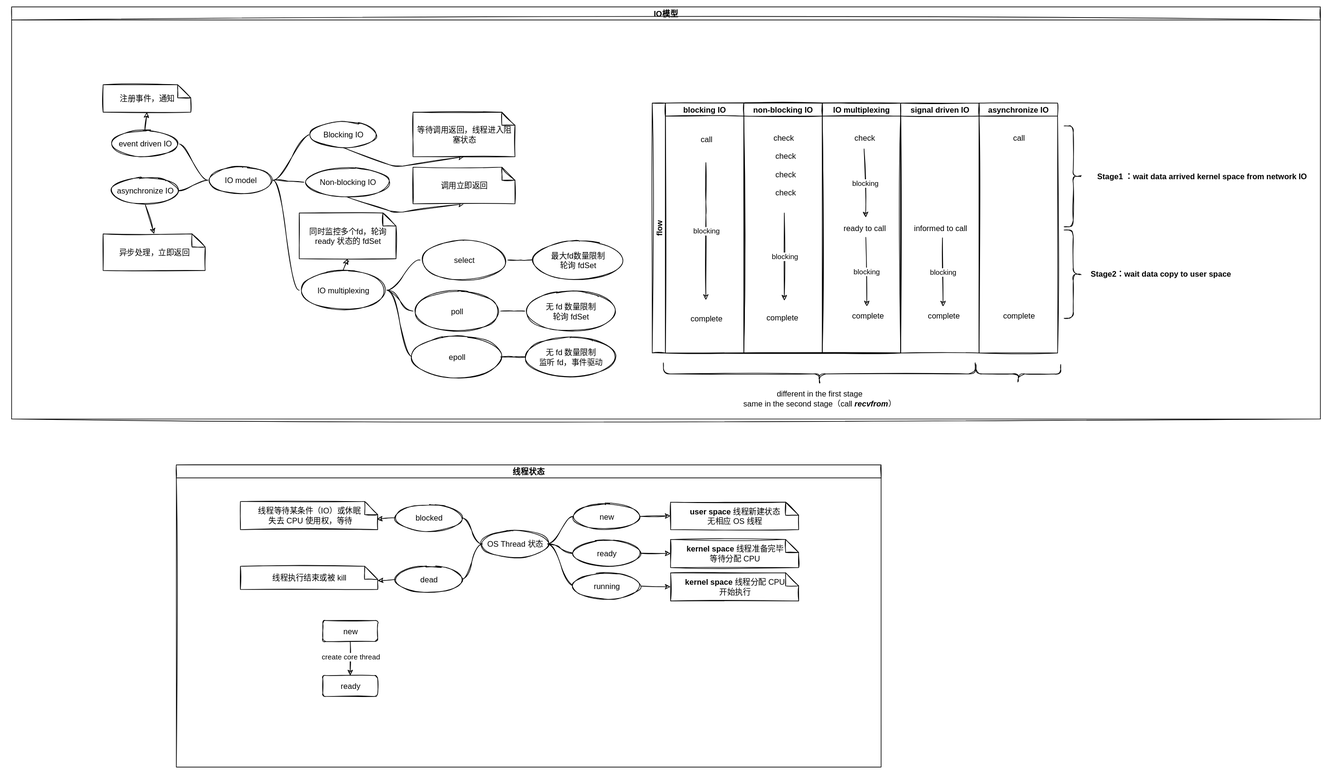
Earlier version of the draw.io export Mindmap/IO模型导图.svg (justin4v/ZettelNotes). Source tidied: cells renumbered, new cells last; positions are measured from the earlier drawing's top-left corner, leaving out a move shared by most shapes.
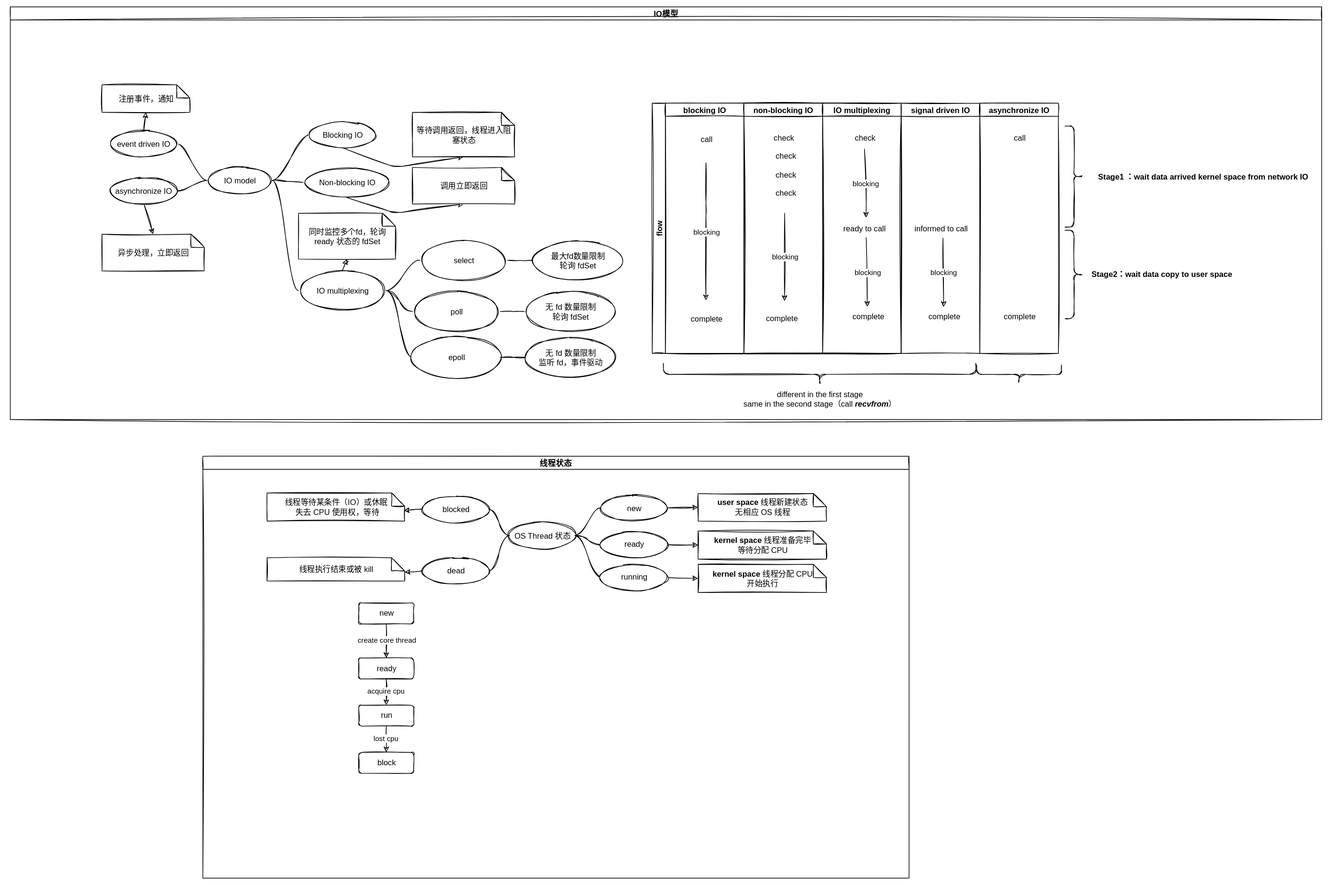
The same file after the commit.

Diff of the diagram source:
```diff
@@ -238,7 +238,7 @@
       <mxGeometry x="1610" y="182" width="28" height="154" as="geometry" />
     </mxCell>
     <mxCell id="74" value="线程状态" style="swimlane;startSize=20;horizontal=1;containerType=tree;" parent="1" vertex="1">
-      <mxGeometry x="252" y="700" width="1078" height="462" as="geometry" />
+      <mxGeometry x="294" y="686" width="1078" height="644" as="geometry" />
     </mxCell>
     <mxCell id="75" value="OS Thread 状态" style="ellipse;whiteSpace=wrap;html=1;align=center;newEdgeStyle={&quot;edgeStyle&quot;:&quot;entityRelationEdgeStyle&quot;,&quot;startArrow&quot;:&quot;none&quot;,&quot;endArrow&quot;:&quot;none&quot;,&quot;segment&quot;:10,&quot;curved&quot;:1};" parent="74" vertex="1">
       <mxGeometry x="468" y="101" width="100" height="40" as="geometry" />
@@ -304,7 +304,7 @@
       <mxGeometry x="98" y="155" width="210" height="35.5" as="geometry" />
     </mxCell>
     <mxCell id="96" value="new" style="rounded=1;whiteSpace=wrap;html=1;" parent="74" vertex="1">
-      <mxGeometry x="224" y="238" width="84" height="32" as="geometry" />
+      <mxGeometry x="238" y="224" width="84" height="32" as="geometry" />
     </mxCell>
     <mxCell id="97" style="edgeStyle=none;html=1;" parent="74" edge="1" source="96" target="99">
       <mxGeometry relative="1" as="geometry" />
@@ -313,7 +313,25 @@
       <mxGeometry x="-0.11" relative="1" as="geometry" />
     </mxCell>
     <mxCell id="99" value="ready" style="rounded=1;whiteSpace=wrap;html=1;" parent="74" vertex="1">
-      <mxGeometry x="224" y="322" width="84" height="32" as="geometry" />
+      <mxGeometry x="238" y="308" width="84" height="32" as="geometry" />
     </mxCell>
+    <mxCell id="100" style="edgeStyle=none;html=1;" parent="74" edge="1" source="99" target="102">
+      <mxGeometry relative="1" as="geometry" />
+    </mxCell>
+    <mxCell id="101" value="acquire cpu&amp;nbsp;" style="edgeLabel;html=1;align=center;verticalAlign=middle;" parent="100" vertex="1">
+      <mxGeometry x="-0.11" relative="1" as="geometry" />
+    </mxCell>
+    <mxCell id="102" value="run" style="rounded=1;whiteSpace=wrap;html=1;" parent="74" vertex="1">
+      <mxGeometry x="238" y="380" width="84" height="32" as="geometry" />
+    </mxCell>
+    <mxCell id="103" style="edgeStyle=none;html=1;" parent="74" edge="1" source="102" target="105">
+      <mxGeometry relative="1" as="geometry" />
+    </mxCell>
+    <mxCell id="104" value="lost&amp;nbsp;cpu&amp;nbsp;" style="edgeLabel;html=1;align=center;verticalAlign=middle;" parent="103" vertex="1">
+      <mxGeometry x="-0.11" relative="1" as="geometry" />
+    </mxCell>
+    <mxCell id="105" value="block" style="rounded=1;whiteSpace=wrap;html=1;" parent="74" vertex="1">
+      <mxGeometry x="238" y="452" width="84" height="32" as="geometry" />
+    </mxCell>
   </root>
 </mxGraphModel>
```
